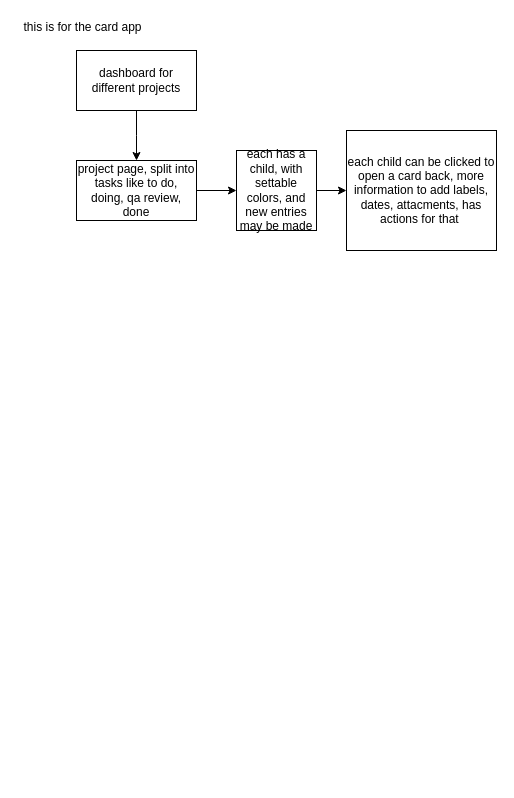
fergusonB/old-website keeps this draw.io diagram as schematics.drawio. Above is the earlier version. Source tidied: cells renumbered, new cells numbered last; positions are measured from the earlier drawing's top-left corner, leaving out a move shared by most shapes. Both pictures are drawn from the tidied source at 100%, with x=0, y=0 at pixel (17, 17).
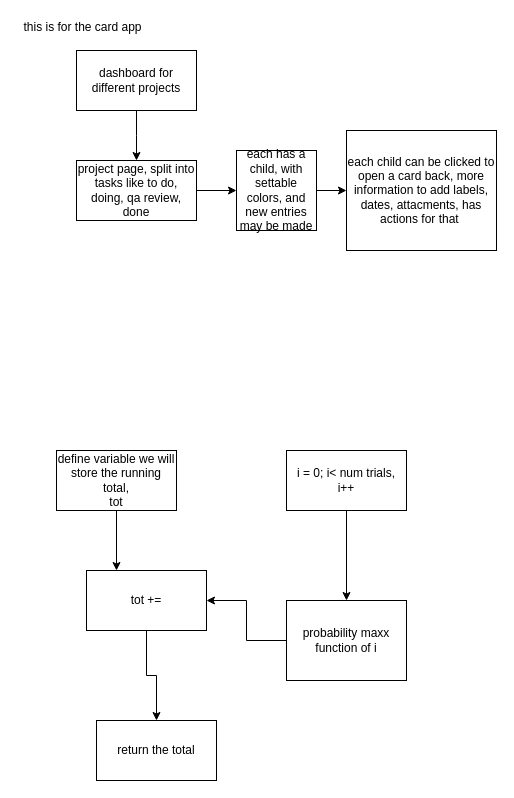
The same page after the edit.

Commit message (it also covers changes not shown here):
mass function before adding total distribution

What changed in the source:
```diff
@@
 <mxGraphModel>
   <root>
     <mxCell id="0" />
     <mxCell id="1" parent="0" />
     <mxCell id="2" style="edgeStyle=orthogonalEdgeStyle;rounded=0;jettySize=auto;html=1;exitX=0.5;exitY=1;exitDx=0;exitDy=0;" parent="1" edge="1" source="3">
       <mxGeometry relative="1" as="geometry">
         <mxPoint x="119" y="143" as="targetPoint" />
       </mxGeometry>
     </mxCell>
     <mxCell id="3" value="dashboard for different projects&lt;br&gt;" style="rounded=0;whiteSpace=wrap;html=1;" parent="1" vertex="1">
       <mxGeometry x="59" y="33" width="120" height="60" as="geometry" />
     </mxCell>
     <mxCell id="4" style="edgeStyle=orthogonalEdgeStyle;rounded=0;jettySize=auto;html=1;exitX=1;exitY=0.5;exitDx=0;exitDy=0;entryX=0;entryY=0.5;entryDx=0;entryDy=0;" parent="1" edge="1" source="5" target="7">
       <mxGeometry relative="1" as="geometry" />
     </mxCell>
     <mxCell id="5" value="project page, split into tasks like to do, doing, qa review, done&lt;br&gt;" style="rounded=0;whiteSpace=wrap;html=1;" parent="1" vertex="1">
       <mxGeometry x="59" y="143" width="120" height="60" as="geometry" />
     </mxCell>
     <mxCell id="6" style="edgeStyle=orthogonalEdgeStyle;rounded=0;jettySize=auto;html=1;exitX=1;exitY=0.5;exitDx=0;exitDy=0;entryX=0;entryY=0.5;entryDx=0;entryDy=0;" parent="1" edge="1" source="7" target="8">
       <mxGeometry relative="1" as="geometry" />
     </mxCell>
     <mxCell id="7" value="each has a child, with settable colors, and new entries may be made&lt;br&gt;" style="whiteSpace=wrap;html=1;" parent="1" vertex="1">
       <mxGeometry x="219" y="133" width="80" height="80" as="geometry" />
     </mxCell>
     <mxCell id="8" value="each child can be clicked to open a card back, more information to add labels, dates, attacments, has actions for that&amp;nbsp;&lt;br&gt;" style="rounded=0;whiteSpace=wrap;html=1;" parent="1" vertex="1">
       <mxGeometry x="329" y="113" width="150" height="120" as="geometry" />
     </mxCell>
     <mxCell id="9" value="this is for the card app&lt;br&gt;" style="text;html=1;align=center;verticalAlign=middle;" parent="1" vertex="1">
       <mxGeometry width="130" height="20" as="geometry" />
     </mxCell>
+    <mxCell id="10" style="edgeStyle=orthogonalEdgeStyle;rounded=0;jettySize=auto;html=1;exitX=0.5;exitY=1;exitDx=0;exitDy=0;" parent="1" edge="1" source="11" target="13">
+      <mxGeometry relative="1" as="geometry" />
+    </mxCell>
+    <mxCell id="11" value="i = 0; i&amp;lt; num trials, i++" style="rounded=0;whiteSpace=wrap;html=1;" parent="1" vertex="1">
+      <mxGeometry x="269" y="433" width="120" height="60" as="geometry" />
+    </mxCell>
+    <mxCell id="12" style="edgeStyle=orthogonalEdgeStyle;rounded=0;jettySize=auto;html=1;exitX=0;exitY=0.5;exitDx=0;exitDy=0;entryX=1;entryY=0.5;entryDx=0;entryDy=0;" parent="1" edge="1" source="13" target="17">
+      <mxGeometry relative="1" as="geometry" />
+    </mxCell>
+    <mxCell id="13" value="probability maxx function of i&lt;br&gt;" style="rounded=0;whiteSpace=wrap;html=1;" parent="1" vertex="1">
+      <mxGeometry x="269" y="583" width="120" height="80" as="geometry" />
+    </mxCell>
+    <mxCell id="14" style="edgeStyle=orthogonalEdgeStyle;rounded=0;jettySize=auto;html=1;exitX=0.5;exitY=1;exitDx=0;exitDy=0;entryX=0.25;entryY=0;entryDx=0;entryDy=0;" parent="1" edge="1" source="15" target="17">
+      <mxGeometry relative="1" as="geometry" />
+    </mxCell>
+    <mxCell id="15" value="define variable we will store the running total,&lt;br&gt;tot" style="rounded=0;whiteSpace=wrap;html=1;" parent="1" vertex="1">
+      <mxGeometry x="39" y="433" width="120" height="60" as="geometry" />
+    </mxCell>
+    <mxCell id="16" style="edgeStyle=orthogonalEdgeStyle;rounded=0;jettySize=auto;html=1;exitX=0.5;exitY=1;exitDx=0;exitDy=0;" parent="1" edge="1" source="17" target="18">
+      <mxGeometry relative="1" as="geometry" />
+    </mxCell>
+    <mxCell id="17" value="tot +=" style="rounded=0;whiteSpace=wrap;html=1;" parent="1" vertex="1">
+      <mxGeometry x="69" y="553" width="120" height="60" as="geometry" />
+    </mxCell>
+    <mxCell id="18" value="return the total&lt;br&gt;" style="rounded=0;whiteSpace=wrap;html=1;" parent="1" vertex="1">
+      <mxGeometry x="79" y="703" width="120" height="60" as="geometry" />
+    </mxCell>
   </root>
 </mxGraphModel>
```
